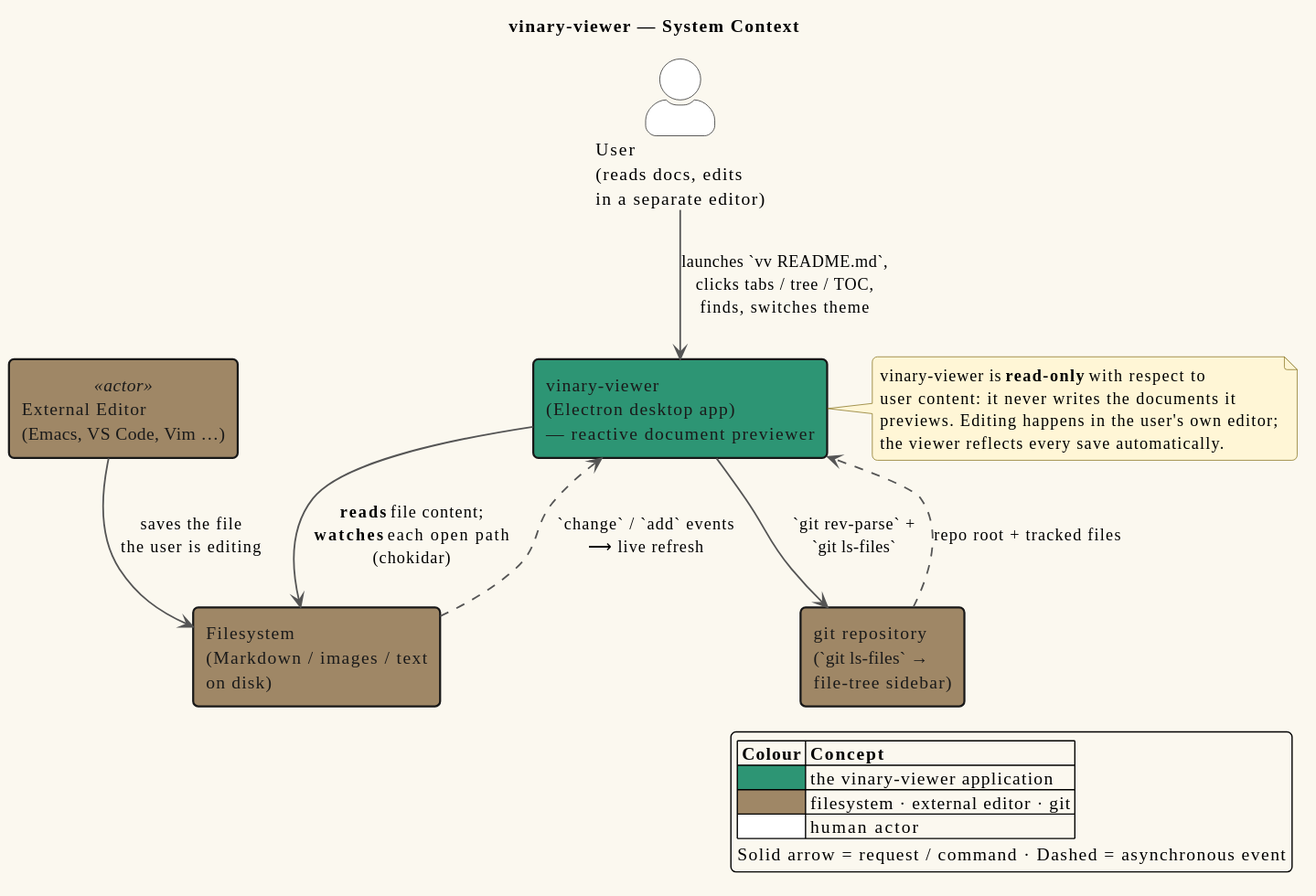
This is docs/diagrams/system-context.svg from vinary-tree/vinary-viewer, a PlantUML export, as it was before one commit. Its source is kept beside it as docs/diagrams/system-context.puml.
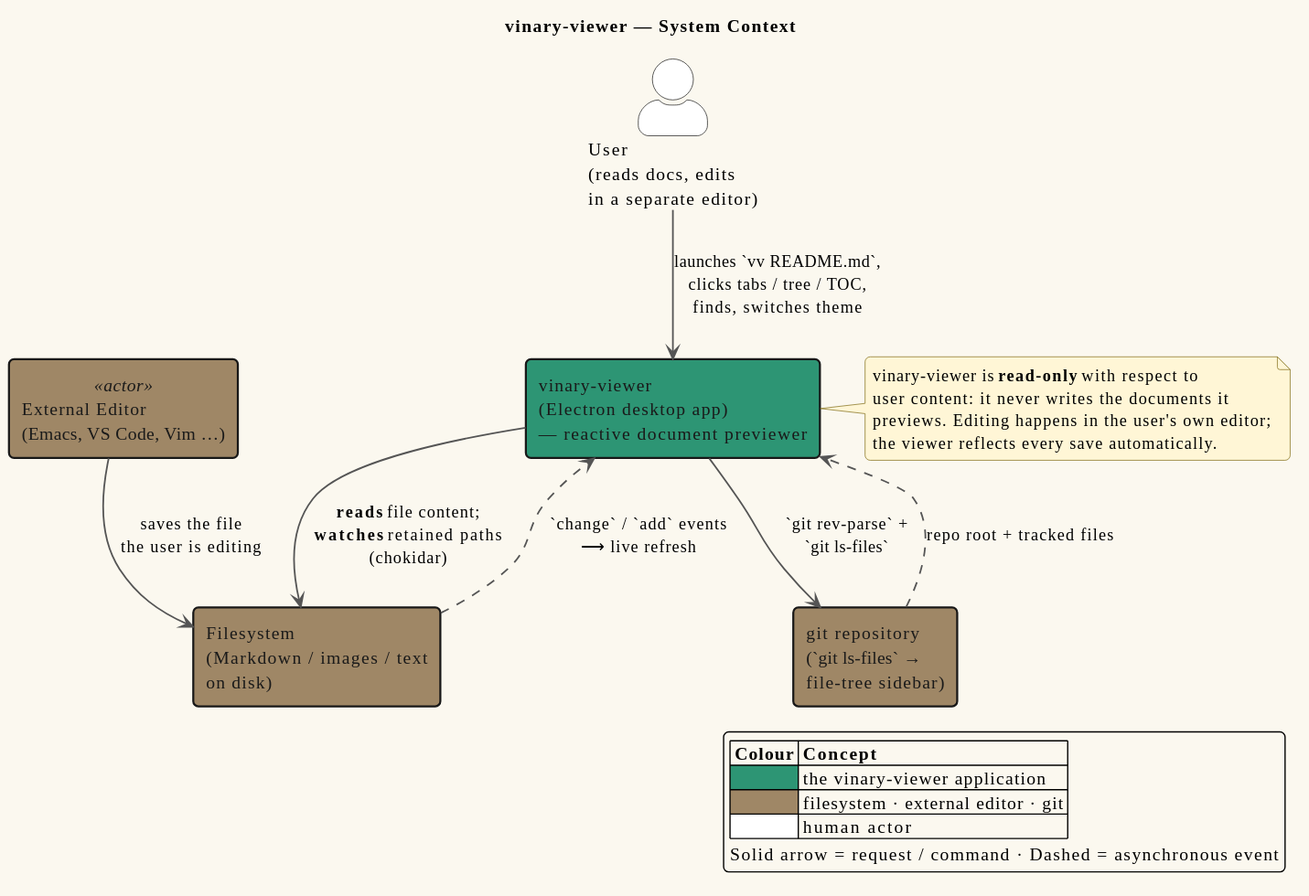
Later version of the same file.

What changed in the source:
```diff
@@ -20,7 +20,7 @@
 
 User --> App : launches `vv README.md`,\nclicks tabs / tree / TOC,\nfinds, switches theme
 Editor --> FS : saves the file\nthe user is editing
-App --> FS : **reads** file content;\n**watches** each open path\n(chokidar)
+App --> FS : **reads** file content;\n**watches** retained paths\n(chokidar)
 FS ..> App : `change` / `add` events\n⟶ live refresh
 App --> Git : `git rev-parse` +\n`git ls-files`
 Git ..> App : repo root + tracked files
```
